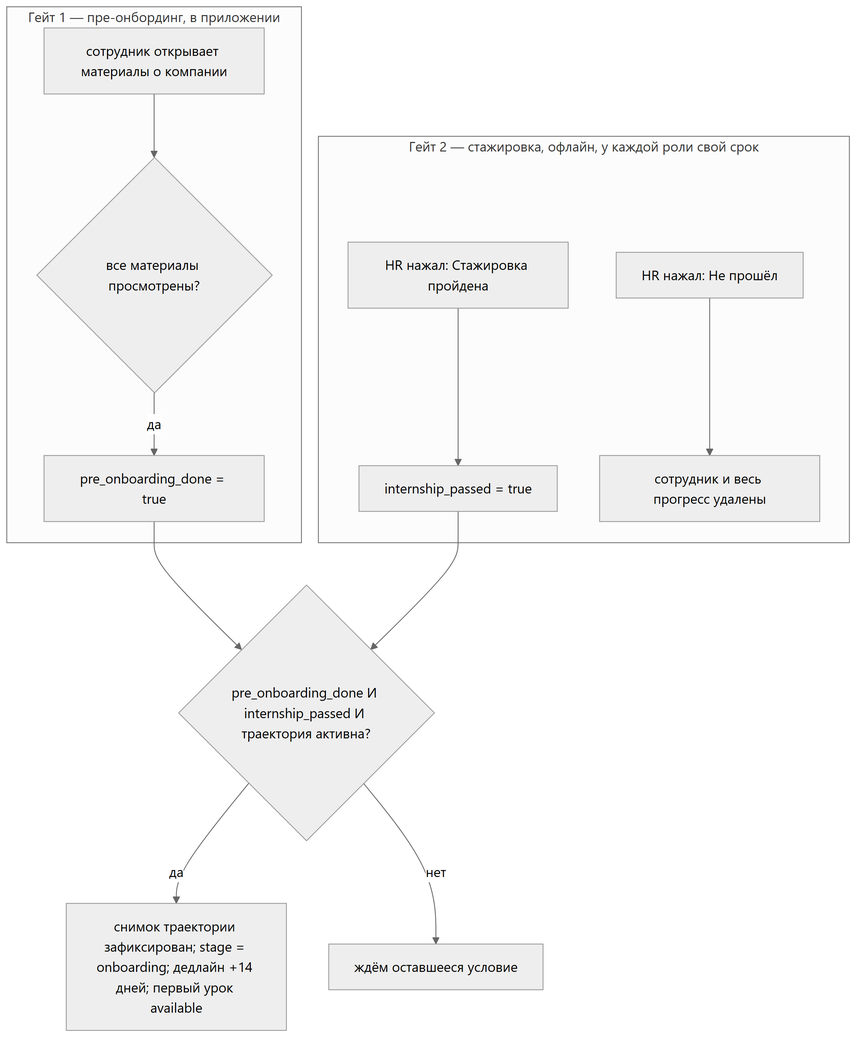
meirshon999/hr-lms keeps this Mermaid diagram as diagrams/png/07-process-onboarding-gates.png. Above is the earlier version. Its source is kept beside it as diagrams/src/07-process-onboarding-gates.mmd.
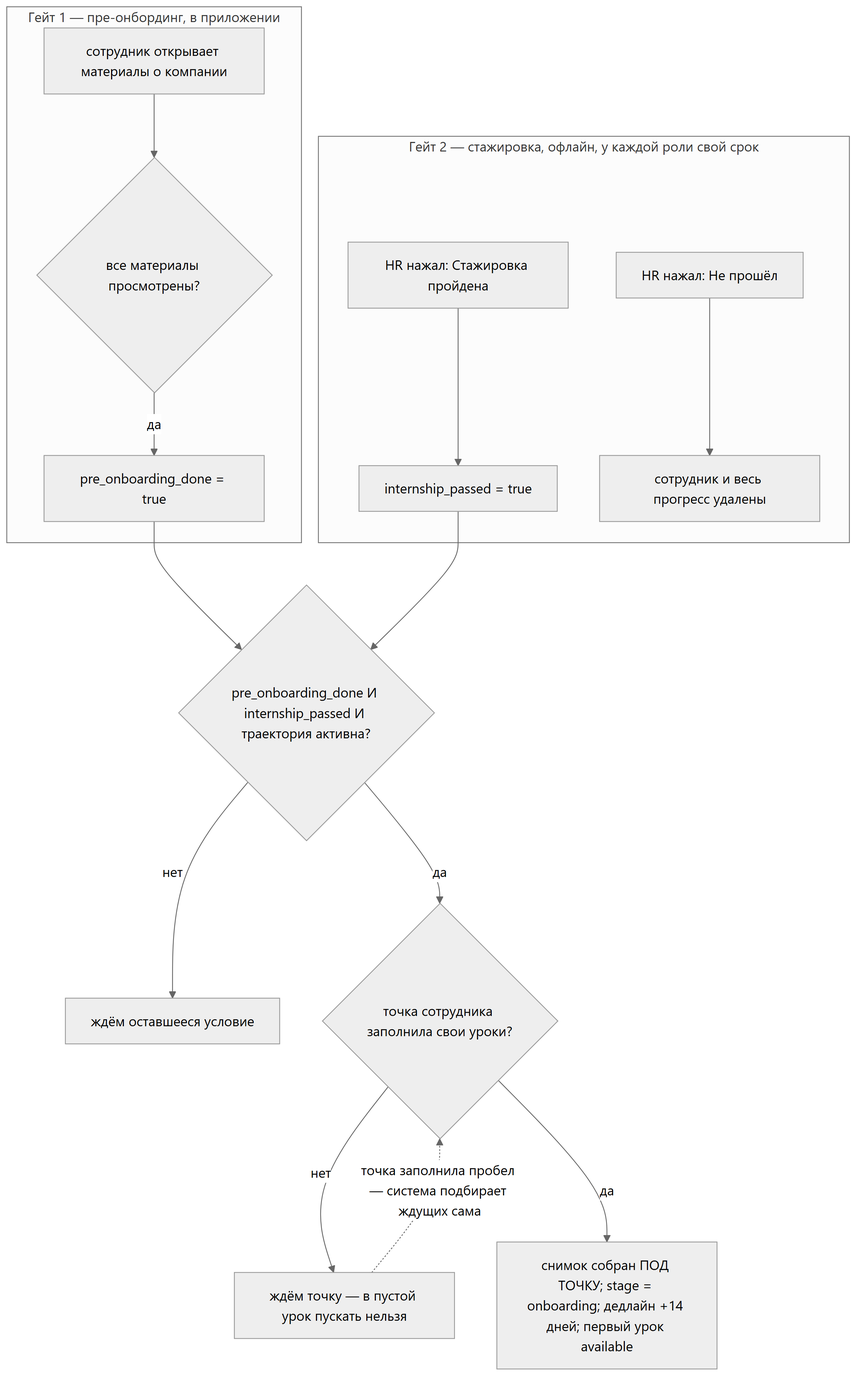
After the commit.

The edit, as a diff of the source:
```diff
@@ -9,5 +9,8 @@
     end
     P3 --> G{"pre_onboarding_done И internship_passed И траектория активна?"}
     S3 --> G
-    G -->|да| O["снимок траектории зафиксирован; stage = onboarding; дедлайн +14 дней; первый урок available"]
     G -->|нет| W["ждём оставшееся условие"]
+    G -->|да| L{"точка сотрудника заполнила свои уроки?"}
+    L -->|нет| W2["ждём точку — в пустой урок пускать нельзя"]
+    L -->|да| O["снимок собран ПОД ТОЧКУ; stage = onboarding; дедлайн +14 дней; первый урок available"]
+    W2 -.->|"точка заполнила пробел — система подбирает ждущих сама"| L
```
